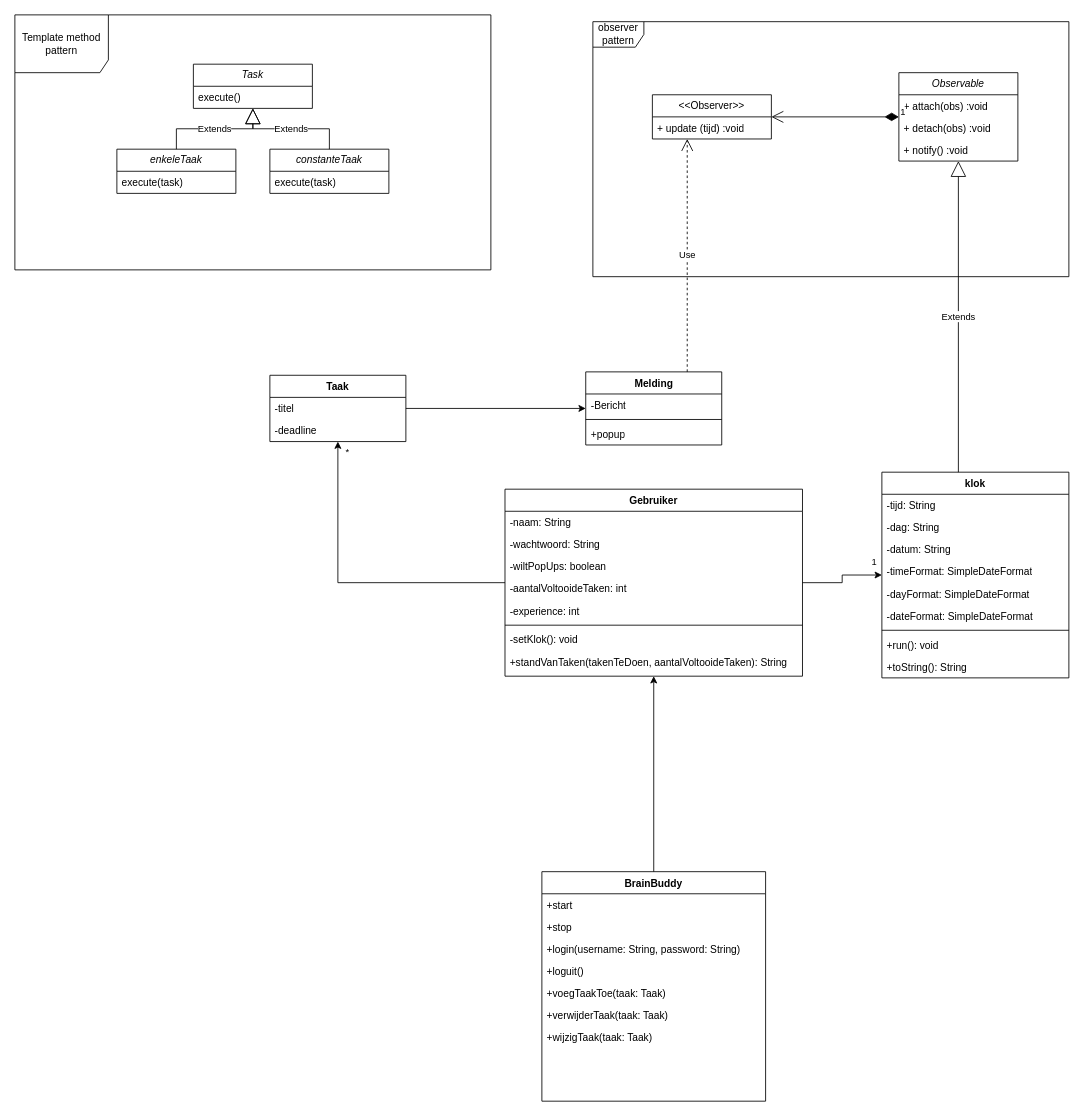
This is OPT3-2023/documentation/Untitled Diagram.drawio from jipiekaye/OPT3-2023, a draw.io file, before an edit. Source tidied: cells renumbered, new cells numbered last; positions are measured from the earlier drawing's top-left corner, leaving out a move shared by most shapes. Both pictures are drawn from the tidied source at 85%, with x=0, y=0 at pixel (14, 14).
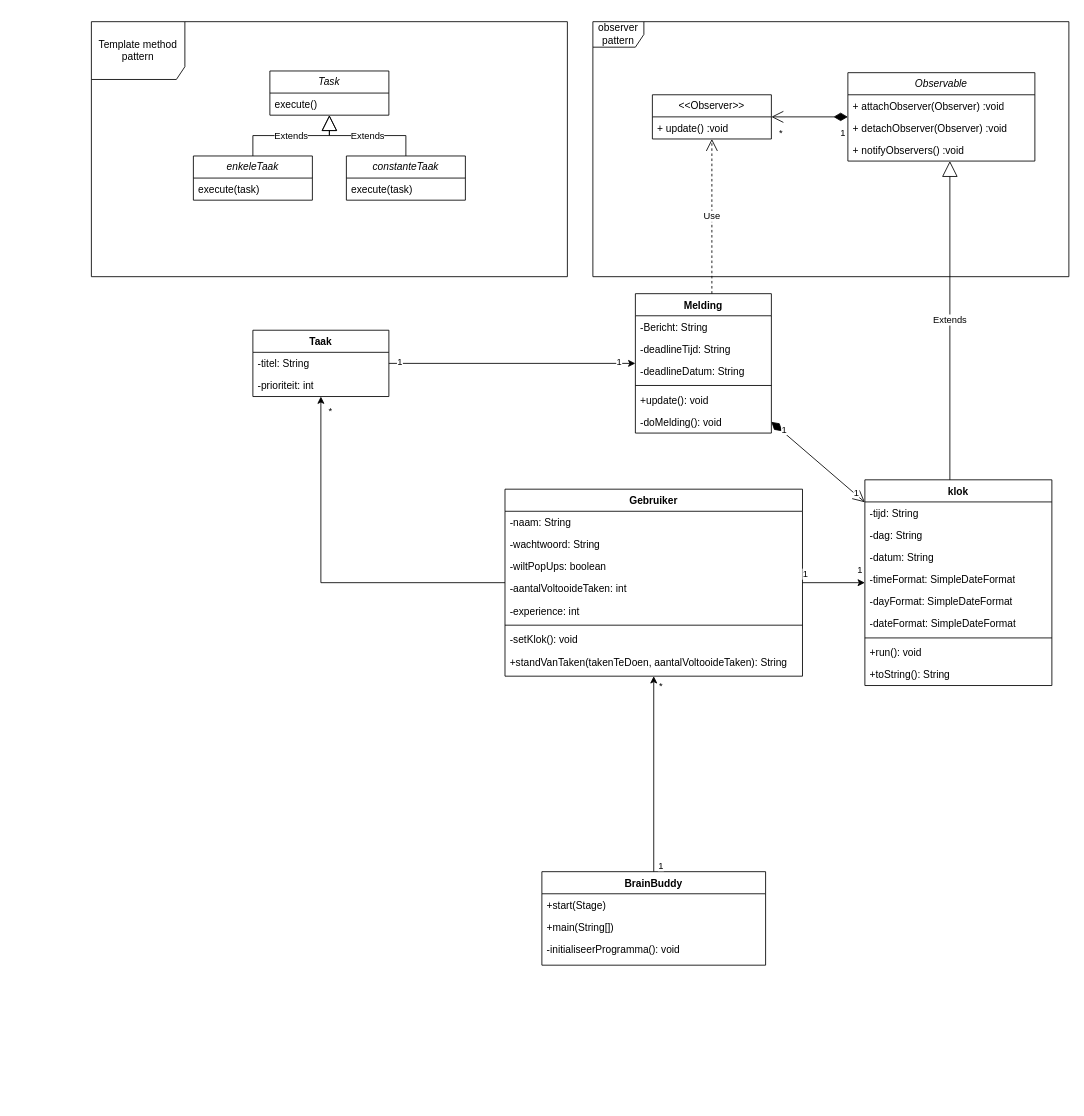
The same page after the edit.

The change refers to these unchanged cells:
```xml
<mxCell id="2" value="Gebruiker" style="swimlane;fontStyle=1;align=center;verticalAlign=top;horizontal=1;startSize=26;rounded=0;shadow=0;strokeWidth=1;" parent="1" vertex="1">
  <mxGeometry x="576.6" y="558" width="350" height="220" as="geometry" />
</mxCell>
<mxCell id="28" style="edgeStyle=orthogonalEdgeStyle;rounded=0;jettySize=auto;html=1;" parent="1" edge="1" source="18" target="2">
  <mxGeometry relative="1" as="geometry" />
</mxCell>
<mxCell id="31" style="edgeStyle=orthogonalEdgeStyle;rounded=0;jettySize=auto;html=1;" parent="1" edge="1" source="11" target="14">
  <mxGeometry relative="1" as="geometry" />
</mxCell>
<mxCell id="32" value="&amp;lt;&amp;lt;Observer&amp;gt;&amp;gt;" style="swimlane;fontStyle=0;horizontal=1;startSize=26;fillColor=none;whiteSpace=wrap;html=1;" parent="1" vertex="1">
  <mxGeometry x="750" y="94" width="140" height="52" as="geometry" />
</mxCell>
```

Diff of the diagram source:
```diff
@@
     <mxCell id="11" value="Taak" style="swimlane;fontStyle=1;align=center;verticalAlign=top;horizontal=1;startSize=26;whiteSpace=wrap;html=1;" parent="1" vertex="1">
-      <mxGeometry x="300" y="424" width="160" height="78" as="geometry" />
+      <mxGeometry x="280" y="371" width="160" height="78" as="geometry" />
     </mxCell>
-    <mxCell id="12" value="-titel" style="text;strokeColor=none;fillColor=none;align=left;verticalAlign=top;spacingLeft=4;spacingRight=4;overflow=hidden;whiteSpace=wrap;html=1;" parent="11" vertex="1">
+    <mxCell id="12" value="-titel: String" style="text;strokeColor=none;fillColor=none;align=left;verticalAlign=top;spacingLeft=4;spacingRight=4;overflow=hidden;whiteSpace=wrap;html=1;" parent="11" vertex="1">
       <mxGeometry y="26" width="160" height="26" as="geometry" />
     </mxCell>
-    <mxCell id="13" value="-deadline" style="text;strokeColor=none;fillColor=none;align=left;verticalAlign=top;spacingLeft=4;spacingRight=4;overflow=hidden;whiteSpace=wrap;html=1;" parent="11" vertex="1">
+    <mxCell id="13" value="-prioriteit: int" style="text;strokeColor=none;fillColor=none;align=left;verticalAlign=top;spacingLeft=4;spacingRight=4;overflow=hidden;whiteSpace=wrap;html=1;" parent="11" vertex="1">
       <mxGeometry y="52" width="160" height="26" as="geometry" />
     </mxCell>
     <mxCell id="14" value="Melding" style="swimlane;fontStyle=1;align=center;verticalAlign=top;horizontal=1;startSize=26;whiteSpace=wrap;html=1;" parent="1" vertex="1">
-      <mxGeometry x="671.6" y="420" width="160" height="86" as="geometry" />
+      <mxGeometry x="730" y="328" width="160" height="164" as="geometry" />
     </mxCell>
-    <mxCell id="15" value="-Bericht" style="text;strokeColor=none;fillColor=none;align=left;verticalAlign=top;spacingLeft=4;spacingRight=4;overflow=hidden;whiteSpace=wrap;html=1;" parent="14" vertex="1">
+    <mxCell id="15" value="-Bericht: String" style="text;strokeColor=none;fillColor=none;align=left;verticalAlign=top;spacingLeft=4;spacingRight=4;overflow=hidden;whiteSpace=wrap;html=1;" parent="14" vertex="1">
       <mxGeometry y="26" width="160" height="26" as="geometry" />
     </mxCell>
+    <mxCell id="63" value="-deadlineTijd: String" style="text;strokeColor=none;fillColor=none;align=left;verticalAlign=top;spacingLeft=4;spacingRight=4;overflow=hidden;whiteSpace=wrap;html=1;" parent="14" vertex="1">
+      <mxGeometry y="52" width="160" height="26" as="geometry" />
+    </mxCell>
+    <mxCell id="64" value="-deadlineDatum: String" style="text;strokeColor=none;fillColor=none;align=left;verticalAlign=top;spacingLeft=4;spacingRight=4;overflow=hidden;whiteSpace=wrap;html=1;" parent="14" vertex="1">
+      <mxGeometry y="78" width="160" height="26" as="geometry" />
+    </mxCell>
     <mxCell id="16" style="line;strokeWidth=1;fillColor=none;align=left;verticalAlign=middle;spacingTop=-1;spacingLeft=3;spacingRight=3;labelPosition=right;strokeColor=inherit;" parent="14" vertex="1">
-      <mxGeometry y="52" width="160" height="8" as="geometry" />
+      <mxGeometry y="104" width="160" height="8" as="geometry" />
     </mxCell>
-    <mxCell id="17" value="+popup" style="text;strokeColor=none;fillColor=none;align=left;verticalAlign=top;spacingLeft=4;spacingRight=4;overflow=hidden;whiteSpace=wrap;html=1;" parent="14" vertex="1">
-      <mxGeometry y="60" width="160" height="26" as="geometry" />
+    <mxCell id="17" value="+update(): void" style="text;strokeColor=none;fillColor=none;align=left;verticalAlign=top;spacingLeft=4;spacingRight=4;overflow=hidden;whiteSpace=wrap;html=1;" parent="14" vertex="1">
+      <mxGeometry y="112" width="160" height="26" as="geometry" />
     </mxCell>
+    <mxCell id="65" value="-doMelding(): void" style="text;strokeColor=none;fillColor=none;align=left;verticalAlign=top;spacingLeft=4;spacingRight=4;overflow=hidden;whiteSpace=wrap;html=1;" parent="14" vertex="1">
+      <mxGeometry y="138" width="160" height="26" as="geometry" />
+    </mxCell>
     <mxCell id="18" value="BrainBuddy" style="swimlane;fontStyle=1;align=center;verticalAlign=top;horizontal=1;startSize=26;rounded=0;shadow=0;strokeWidth=1;" parent="1" vertex="1">
-      <mxGeometry x="620" y="1008" width="263.2" height="270" as="geometry" />
+      <mxGeometry x="620" y="1008" width="263.2" height="110" as="geometry" />
     </mxCell>
-    <mxCell id="19" value="+start" style="text;align=left;verticalAlign=top;spacingLeft=4;spacingRight=4;overflow=hidden;" parent="18" vertex="1">
+    <mxCell id="19" value="+start(Stage)" style="text;align=left;verticalAlign=top;spacingLeft=4;spacingRight=4;overflow=hidden;" parent="18" vertex="1">
       <mxGeometry y="26" width="263.2" height="26" as="geometry" />
     </mxCell>
-    <mxCell id="20" value="+stop" style="text;align=left;verticalAlign=top;spacingLeft=4;spacingRight=4;overflow=hidden;" parent="18" vertex="1">
+    <mxCell id="20" value="+main(String[])" style="text;align=left;verticalAlign=top;spacingLeft=4;spacingRight=4;overflow=hidden;" parent="18" vertex="1">
       <mxGeometry y="52" width="263.2" height="26" as="geometry" />
     </mxCell>
-    <mxCell id="21" value="+login(username: String, password: String)" style="text;align=left;verticalAlign=top;spacingLeft=4;spacingRight=4;overflow=hidden;" parent="18" vertex="1">
-      <mxGeometry y="78" width="263.2" height="26" as="geometry" />
-    </mxCell>
-    <mxCell id="22" value="+loguit()" style="text;align=left;verticalAlign=top;spacingLeft=4;spacingRight=4;overflow=hidden;" parent="18" vertex="1">
-      <mxGeometry y="104" width="263.2" height="26" as="geometry" />
-    </mxCell>
-    <mxCell id="23" value="+voegTaakToe(taak: Taak)" style="text;align=left;verticalAlign=top;spacingLeft=4;spacingRight=4;overflow=hidden;" parent="18" vertex="1">
-      <mxGeometry y="130" width="263.2" height="26" as="geometry" />
-    </mxCell>
-    <mxCell id="24" value="+verwijderTaak(taak: Taak)" style="text;align=left;verticalAlign=top;spacingLeft=4;spacingRight=4;overflow=hidden;" parent="18" vertex="1">
-      <mxGeometry y="156" width="263.2" height="26" as="geometry" />
-    </mxCell>
-    <mxCell id="25" value="+wijzigTaak(taak: Taak)" style="text;align=left;verticalAlign=top;spacingLeft=4;spacingRight=4;overflow=hidden;" parent="18" vertex="1">
-      <mxGeometry y="182" width="263.2" height="26" as="geometry" />
-    </mxCell>
-    <mxCell id="26" style="text;align=left;verticalAlign=top;spacingLeft=4;spacingRight=4;overflow=hidden;" parent="18" vertex="1">
-      <mxGeometry y="208" width="263.2" height="26" as="geometry" />
+    <mxCell id="26" value="-initialiseerProgramma(): void" style="text;align=left;verticalAlign=top;spacingLeft=4;spacingRight=4;overflow=hidden;" parent="18" vertex="1">
+      <mxGeometry y="78" width="263.2" height="26" as="geometry" />
     </mxCell>
-    <mxCell id="27" style="text;align=left;verticalAlign=top;spacingLeft=4;spacingRight=4;overflow=hidden;" parent="18" vertex="1">
-      <mxGeometry y="234" width="263.2" height="26" as="geometry" />
-    </mxCell>
@@
+    <mxCell id="66" value="*" style="edgeLabel;html=1;align=center;verticalAlign=middle;" parent="28" vertex="1">
+      <mxGeometry x="0.78" y="-1" relative="1" as="geometry">
+        <mxPoint x="7" y="-14" as="offset" />
+      </mxGeometry>
+    </mxCell>
+    <mxCell id="67" value="1" style="edgeLabel;html=1;align=center;verticalAlign=middle;" parent="28" vertex="1">
+      <mxGeometry x="-0.93" relative="1" as="geometry">
+        <mxPoint x="8" as="offset" />
+      </mxGeometry>
+    </mxCell>
@@
+    <mxCell id="68" value="1" style="edgeLabel;html=1;align=center;verticalAlign=middle;" parent="31" vertex="1">
+      <mxGeometry x="-0.92" y="3" relative="1" as="geometry" />
+    </mxCell>
+    <mxCell id="69" value="1" style="edgeLabel;html=1;align=center;verticalAlign=middle;" parent="31" vertex="1">
+      <mxGeometry x="0.86" y="3" relative="1" as="geometry" />
+    </mxCell>
@@
-    <mxCell id="33" value="+ update (tijd) :void" style="text;strokeColor=none;fillColor=none;align=left;verticalAlign=top;spacingLeft=4;spacingRight=4;overflow=hidden;whiteSpace=wrap;html=1;" parent="32" vertex="1">
+    <mxCell id="33" value="+ update() :void" style="text;strokeColor=none;fillColor=none;align=left;verticalAlign=top;spacingLeft=4;spacingRight=4;overflow=hidden;whiteSpace=wrap;html=1;" parent="32" vertex="1">
       <mxGeometry y="26" width="140" height="26" as="geometry" />
     </mxCell>
     <mxCell id="34" value="&lt;i&gt;Observable&lt;/i&gt;" style="swimlane;fontStyle=0;horizontal=1;startSize=26;fillColor=none;whiteSpace=wrap;html=1;" parent="1" vertex="1">
-      <mxGeometry x="1040" y="68" width="140" height="104" as="geometry" />
+      <mxGeometry x="980" y="68" width="220" height="104" as="geometry" />
     </mxCell>
-    <mxCell id="35" value="+ attach(obs) :void" style="text;strokeColor=none;fillColor=none;align=left;verticalAlign=top;spacingLeft=4;spacingRight=4;overflow=hidden;whiteSpace=wrap;html=1;" parent="34" vertex="1">
-      <mxGeometry y="26" width="140" height="26" as="geometry" />
+    <mxCell id="35" value="+ attachObserver(Observer) :void" style="text;strokeColor=none;fillColor=none;align=left;verticalAlign=top;spacingLeft=4;spacingRight=4;overflow=hidden;whiteSpace=wrap;html=1;" parent="34" vertex="1">
+      <mxGeometry y="26" width="220" height="26" as="geometry" />
     </mxCell>
-    <mxCell id="36" value="+ detach(obs) :void" style="text;strokeColor=none;fillColor=none;align=left;verticalAlign=top;spacingLeft=4;spacingRight=4;overflow=hidden;whiteSpace=wrap;html=1;" parent="34" vertex="1">
-      <mxGeometry y="52" width="140" height="26" as="geometry" />
+    <mxCell id="36" value="+ detachObserver(Observer) :void" style="text;strokeColor=none;fillColor=none;align=left;verticalAlign=top;spacingLeft=4;spacingRight=4;overflow=hidden;whiteSpace=wrap;html=1;" parent="34" vertex="1">
+      <mxGeometry y="52" width="220" height="26" as="geometry" />
     </mxCell>
-    <mxCell id="37" value="+ notify() :void" style="text;strokeColor=none;fillColor=none;align=left;verticalAlign=top;spacingLeft=4;spacingRight=4;overflow=hidden;whiteSpace=wrap;html=1;" parent="34" vertex="1">
-      <mxGeometry y="78" width="140" height="26" as="geometry" />
+    <mxCell id="37" value="+ notifyObservers() :void" style="text;strokeColor=none;fillColor=none;align=left;verticalAlign=top;spacingLeft=4;spacingRight=4;overflow=hidden;whiteSpace=wrap;html=1;" parent="34" vertex="1">
+      <mxGeometry y="78" width="220" height="26" as="geometry" />
     </mxCell>
-    <mxCell id="38" value="1" style="endArrow=open;html=1;endSize=12;startArrow=diamondThin;startSize=14;startFill=1;edgeStyle=orthogonalEdgeStyle;align=left;verticalAlign=bottom;rounded=0;" parent="1" edge="1" source="34" target="32">
+    <mxCell id="38" style="endArrow=open;html=1;endSize=12;startArrow=diamondThin;startSize=14;startFill=1;edgeStyle=orthogonalEdgeStyle;align=left;verticalAlign=bottom;rounded=0;" parent="1" edge="1" source="34" target="32">
       <mxGeometry x="-1" y="3" relative="1" as="geometry" />
     </mxCell>
+    <mxCell id="70" value="*" style="edgeLabel;html=1;align=center;verticalAlign=middle;" parent="38" vertex="1">
+      <mxGeometry x="0.6" y="-1" relative="1" as="geometry">
+        <mxPoint x="-8" y="19" as="offset" />
+      </mxGeometry>
+    </mxCell>
+    <mxCell id="71" value="1" style="edgeLabel;html=1;align=center;verticalAlign=middle;" parent="38" vertex="1">
+      <mxGeometry x="-0.84" y="-1" relative="1" as="geometry">
+        <mxPoint y="19" as="offset" />
+      </mxGeometry>
+    </mxCell>
@@
     <mxCell id="40" value="Template method pattern" style="shape=umlFrame;whiteSpace=wrap;html=1;width=110;height=68;" parent="1" vertex="1">
-      <mxGeometry width="560" height="300" as="geometry" />
+      <mxGeometry x="90" y="8" width="560" height="300" as="geometry" />
     </mxCell>
     <mxCell id="41" value="&lt;i&gt;Task&lt;/i&gt;" style="swimlane;fontStyle=0;horizontal=1;startSize=26;fillColor=none;whiteSpace=wrap;html=1;" parent="1" vertex="1">
-      <mxGeometry x="210" y="58" width="140" height="52" as="geometry" />
+      <mxGeometry x="300" y="66" width="140" height="52" as="geometry" />
     </mxCell>
@@
     <mxCell id="43" value="&lt;i&gt;enkeleTaak&lt;/i&gt;" style="swimlane;fontStyle=0;horizontal=1;startSize=26;fillColor=none;whiteSpace=wrap;html=1;" parent="1" vertex="1">
-      <mxGeometry x="120" y="158" width="140" height="52" as="geometry" />
+      <mxGeometry x="210" y="166" width="140" height="52" as="geometry" />
     </mxCell>
@@
     <mxCell id="45" value="&lt;i&gt;constanteTaak&lt;/i&gt;" style="swimlane;fontStyle=0;horizontal=1;startSize=26;fillColor=none;whiteSpace=wrap;html=1;" parent="1" vertex="1">
-      <mxGeometry x="300" y="158" width="140" height="52" as="geometry" />
+      <mxGeometry x="390" y="166" width="140" height="52" as="geometry" />
     </mxCell>
@@
-    <mxCell id="49" style="edgeStyle=orthogonalEdgeStyle;rounded=0;jettySize=auto;html=1;" parent="1" edge="1" source="2" target="51">
-      <mxGeometry relative="1" as="geometry" />
+    <mxCell id="49" value="1" style="edgeStyle=orthogonalEdgeStyle;rounded=0;jettySize=auto;html=1;" parent="1" edge="1" source="2" target="51">
+      <mxGeometry x="-0.91" y="10" relative="1" as="geometry" />
     </mxCell>
@@
     <mxCell id="51" value="klok" style="swimlane;fontStyle=1;align=center;verticalAlign=top;horizontal=1;startSize=26;whiteSpace=wrap;html=1;" parent="1" vertex="1">
-      <mxGeometry x="1020" y="538" width="220" height="242" as="geometry" />
+      <mxGeometry x="1000" y="547" width="220" height="242" as="geometry" />
     </mxCell>
@@
+    <mxCell id="72" style="endArrow=open;html=1;endSize=12;startArrow=diamondThin;startSize=14;startFill=1;align=left;verticalAlign=bottom;rounded=0;" parent="1" edge="1" source="14" target="51">
+      <mxGeometry x="-1" y="3" relative="1" as="geometry" />
+    </mxCell>
+    <mxCell id="73" value="1" style="edgeLabel;html=1;align=center;verticalAlign=middle;" parent="72" vertex="1">
+      <mxGeometry x="-0.77" y="3" relative="1" as="geometry" />
+    </mxCell>
+    <mxCell id="74" value="1" style="edgeLabel;html=1;align=center;verticalAlign=middle;" parent="72" vertex="1">
+      <mxGeometry x="0.78" y="2" relative="1" as="geometry" />
+    </mxCell>
```
